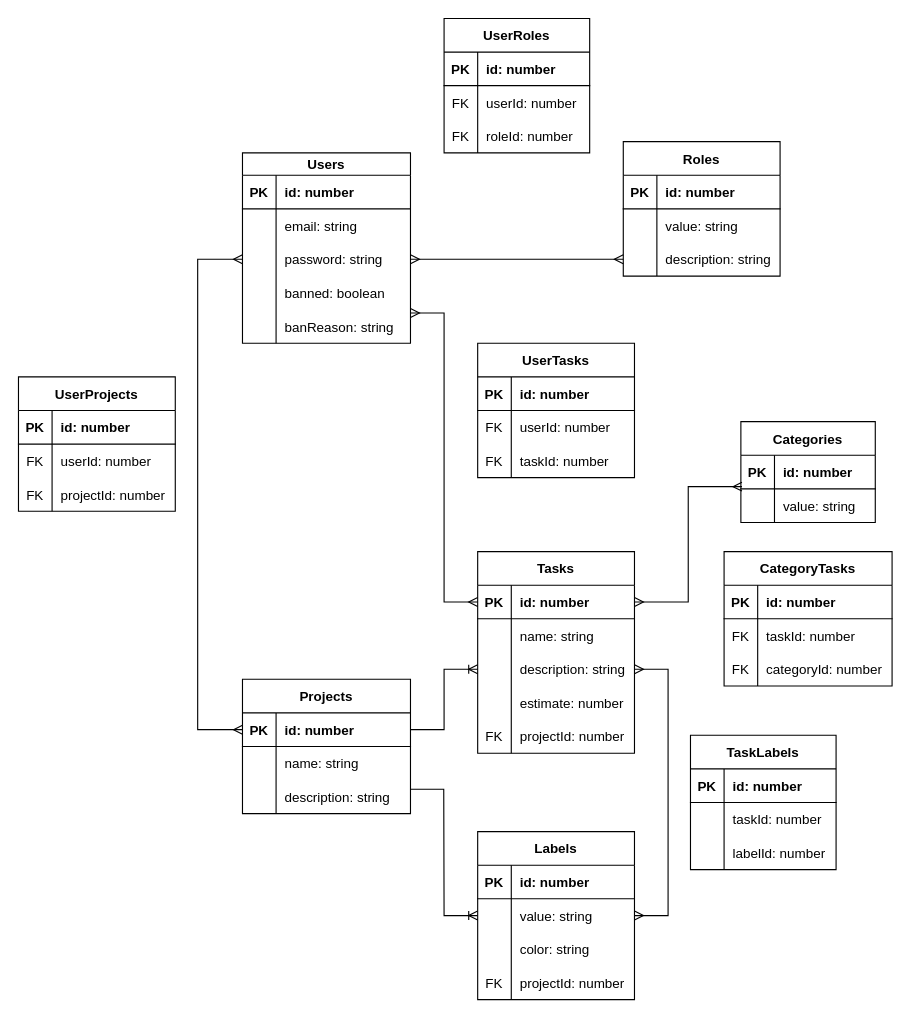
The draw.io diagram docs/DatabaseSchema.drawio in kurockett/stoei-course-project, before the edit. Source tidied: cells renumbered, new cells numbered last; positions are measured from the earlier drawing's top-left corner, leaving out a move shared by most shapes. Both pictures are drawn from the tidied source at 112%, with x=0, y=0 at pixel (18, 18).
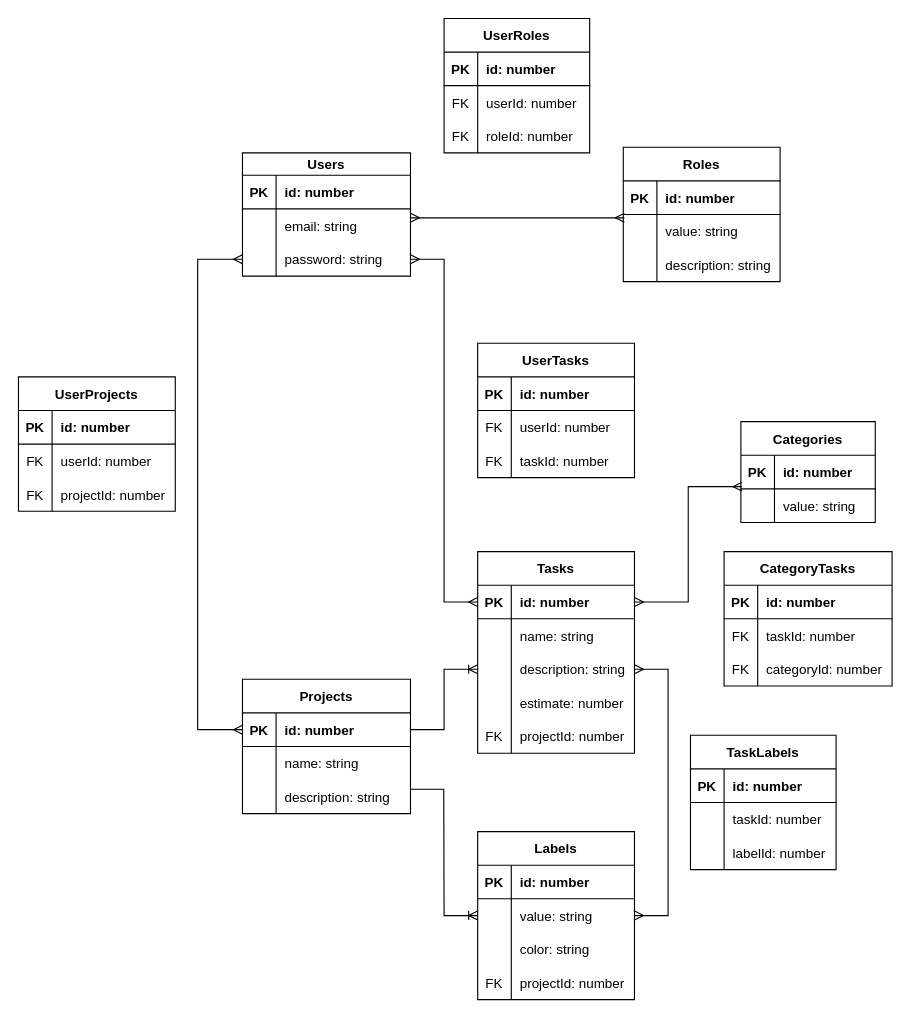
The same diagram, later.

Unchanged cells that the change refers to:
```xml
<mxCell id="9" style="shape=partialRectangle;fillColor=none;top=0;left=0;bottom=0;right=0;points=[[0,0.5],[1,0.5]];portConstraint=eastwest;fontStyle=0;" parent="2" vertex="1">
  <mxGeometry y="80" width="150" height="30" as="geometry" />
</mxCell>
<mxCell id="22" style="shape=partialRectangle;fillColor=none;top=0;left=0;bottom=0;right=0;points=[[0,0.5],[1,0.5]];portConstraint=eastwest;fontStyle=0;" parent="18" vertex="1">
  <mxGeometry y="60" width="140" height="30" as="geometry" />
</mxCell>
<mxCell id="25" style="shape=partialRectangle;fillColor=none;top=0;left=0;bottom=0;right=0;points=[[0,0.5],[1,0.5]];portConstraint=eastwest;fontStyle=0;" parent="18" vertex="1">
  <mxGeometry y="90" width="140" height="30" as="geometry" />
</mxCell>
<mxCell id="49" style="shape=partialRectangle;fillColor=none;top=0;left=0;bottom=1;right=0;points=[[0,0.5],[1,0.5]];portConstraint=eastwest;fontStyle=0;" parent="48" vertex="1">
  <mxGeometry y="30" width="140" height="30" as="geometry" />
</mxCell>
```

The edit, as a diff of the source:
```diff
@@
     <mxCell id="2" value="Users" style="shape=table;startSize=20;childLayout=tableLayout;rowLines=0;fontStyle=1;align=center;" parent="1" vertex="1">
-      <mxGeometry x="200" y="120" width="150" height="170" as="geometry" />
+      <mxGeometry x="200" y="120" width="150" height="110" as="geometry" />
     </mxCell>
@@
-    <mxCell id="12" style="shape=partialRectangle;fillColor=none;top=0;left=0;bottom=0;right=0;fontStyle=0;" parent="2" vertex="1">
-      <mxGeometry y="110" width="150" height="30" as="geometry" />
-    </mxCell>
-    <mxCell id="13" style="shape=partialRectangle;fillColor=none;top=0;left=0;bottom=0;right=0;overflow=hidden;fontStyle=0;" parent="12" vertex="1">
-      <mxGeometry width="30" height="30" as="geometry" />
-    </mxCell>
-    <mxCell id="14" value="banned: boolean" style="shape=partialRectangle;fillColor=none;top=0;left=0;bottom=0;right=0;align=left;spacingLeft=6;overflow=hidden;fontStyle=0;" parent="12" vertex="1">
-      <mxGeometry x="30" width="120" height="30" as="geometry" />
-    </mxCell>
-    <mxCell id="15" style="shape=partialRectangle;fillColor=none;top=0;left=0;bottom=0;right=0;fontStyle=0;" parent="2" vertex="1">
-      <mxGeometry y="140" width="150" height="30" as="geometry" />
-    </mxCell>
-    <mxCell id="16" style="shape=partialRectangle;fillColor=none;top=0;left=0;bottom=0;right=0;overflow=hidden;fontStyle=0;" parent="15" vertex="1">
-      <mxGeometry width="30" height="30" as="geometry" />
-    </mxCell>
-    <mxCell id="17" value="banReason: string" style="shape=partialRectangle;fillColor=none;top=0;left=0;bottom=0;right=0;align=left;spacingLeft=6;overflow=hidden;fontStyle=0;" parent="15" vertex="1">
-      <mxGeometry x="30" width="120" height="30" as="geometry" />
-    </mxCell>
     <mxCell id="18" value="Roles" style="shape=table;startSize=30;childLayout=tableLayout;rowLines=0;fontStyle=1;align=center;" parent="1" vertex="1">
-      <mxGeometry x="540" y="110" width="140" height="120" as="geometry" />
+      <mxGeometry x="540" y="115" width="140" height="120" as="geometry" />
     </mxCell>
@@
-    <mxCell id="127" style="edgeStyle=elbowEdgeStyle;fontSize=12;html=1;endArrow=ERmany;startArrow=ERmany;rounded=0;" parent="1" edge="1" source="49">
-      <mxGeometry relative="1" as="geometry">
-        <mxPoint x="350" y="263" as="targetPoint" />
-      </mxGeometry>
+    <mxCell id="127" style="edgeStyle=elbowEdgeStyle;fontSize=12;html=1;endArrow=ERmany;startArrow=ERmany;rounded=0;entryX=1;entryY=0.5;entryDx=0;entryDy=0;" parent="1" edge="1" source="49" target="9">
+      <mxGeometry relative="1" as="geometry" />
     </mxCell>
@@
-    <mxCell id="130" style="fontSize=12;html=1;endArrow=ERmany;startArrow=ERmany;rounded=0;exitX=1;exitY=0.5;exitDx=0;exitDy=0;entryX=0;entryY=0.5;entryDx=0;entryDy=0;" parent="1" edge="1" source="9" target="25">
-      <mxGeometry relative="1" as="geometry" />
+    <mxCell id="130" style="fontSize=12;html=1;endArrow=ERmany;startArrow=ERmany;rounded=0;entryX=0.007;entryY=0.1;entryDx=0;entryDy=0;entryPerimeter=0;" parent="1" edge="1" target="22">
+      <mxGeometry relative="1" as="geometry">
+        <mxPoint x="350" y="178" as="sourcePoint" />
+      </mxGeometry>
     </mxCell>
```
